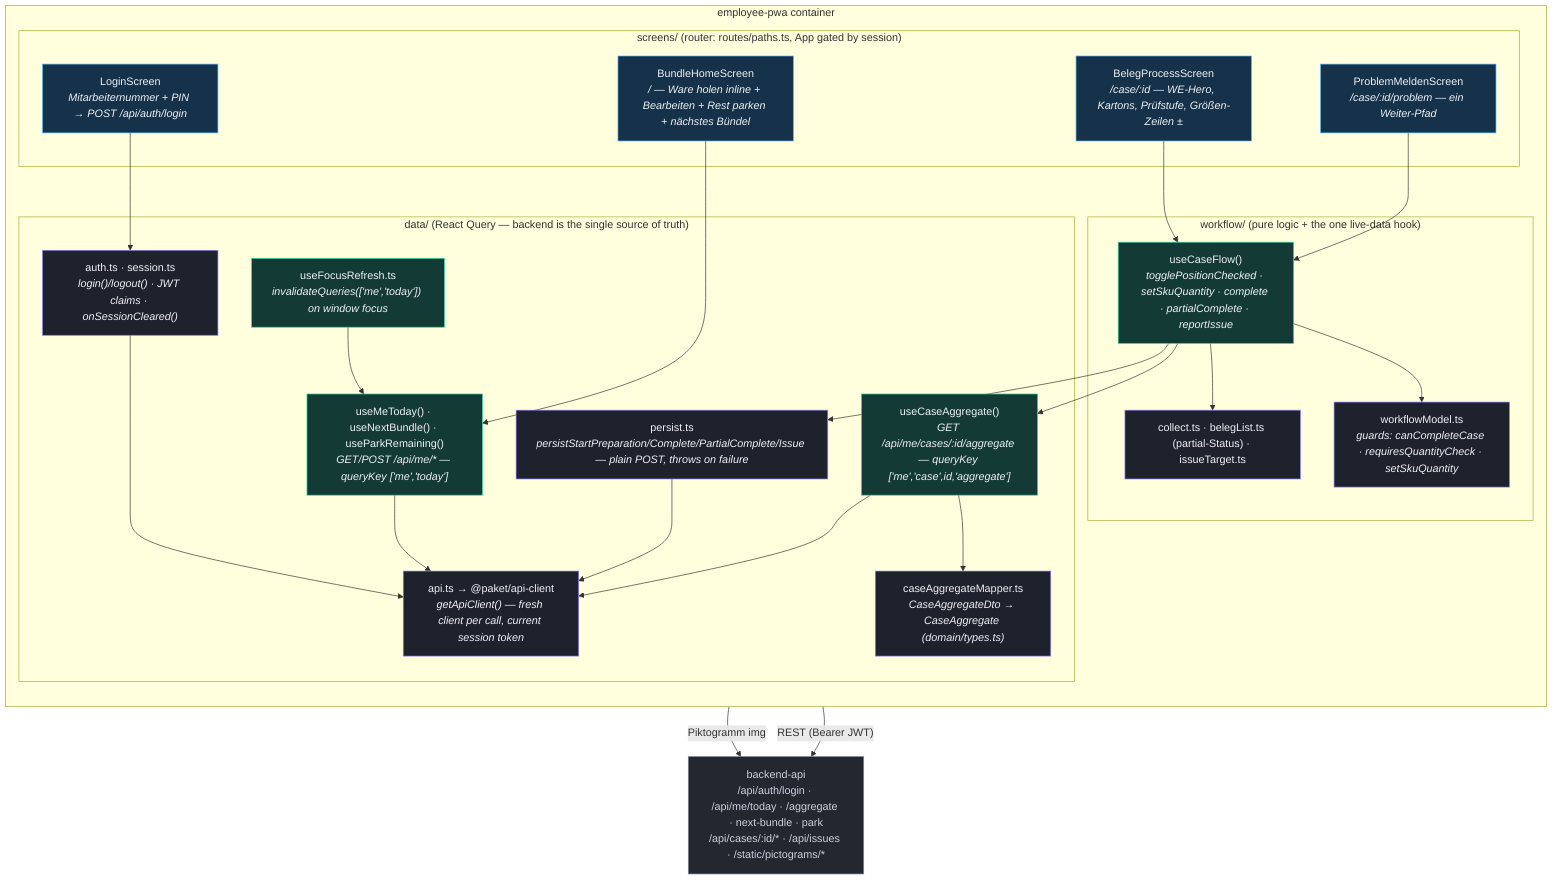
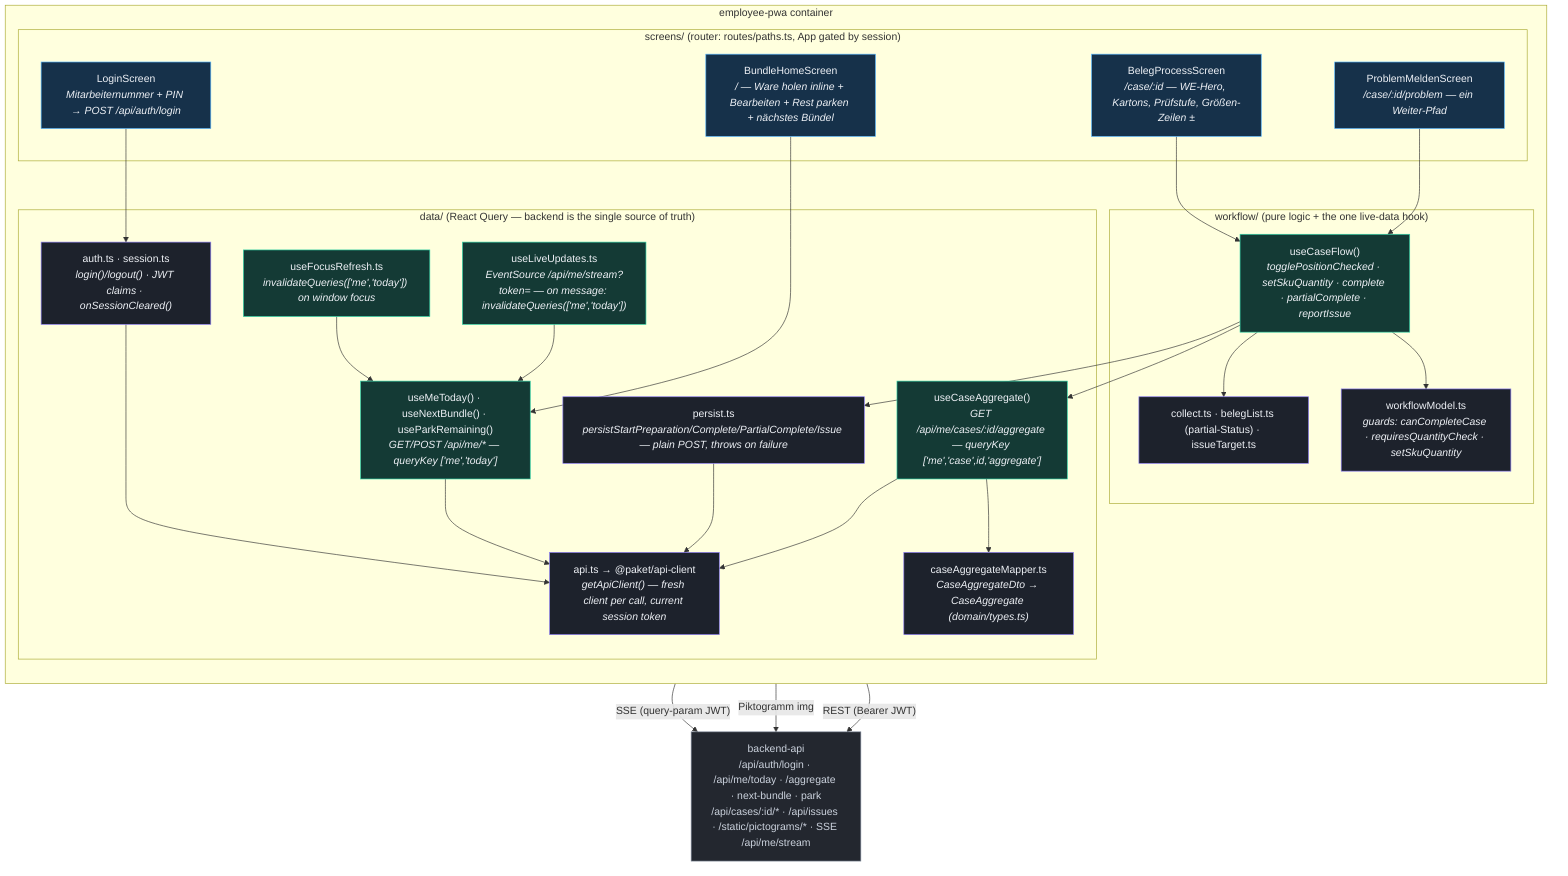
%% C4 Level 3 — Components: employee-pwa (React + Vite PWA)
- %% Verified against apps/employee-pwa/src/* (screens/, workflow/, data/, routes/) — task-13.
+ %% Verified against apps/employee-pwa/src/* (screens/, workflow/, data/, routes/) — tasks 13-17.
%% Real employee login (data/auth.ts) gates the app; the backend is the single source of
- %% truth via React Query — the former Dexie-backed db/ (offline-first cache), events/
- %% (local audit log) and seed/sync/repository modules are gone (tasks 10-13).
+ %% truth via React Query plus an SSE live-update channel — the former Dexie-backed db/
+ %% (offline-first cache), events/ (local audit log) and seed/sync/repository modules are
+ %% gone (tasks 10-13). Task 15 added useLiveUpdates() (GET /api/me/stream, SSE).
flowchart TB
    classDef screen fill:#16314a,stroke:#56b6ff,color:#eef1f6;
    classDef hook fill:#143a35,stroke:#2dd4a7,color:#eef1f6;
    classDef logic fill:#1d222c,stroke:#8b7cf6,color:#eef1f6;
    classDef ext fill:#23272f,stroke:#7c8696,color:#cbd2dd;

-     api["backend-api<br/>/api/auth/login · /api/me/today · /aggregate · next-bundle · park<br/>/api/cases/:id/* · /api/issues · /static/pictograms/*"]:::ext
+     api["backend-api<br/>/api/auth/login · /api/me/today · /aggregate · next-bundle · park<br/>/api/cases/:id/* · /api/issues · /static/pictograms/* · SSE /api/me/stream"]:::ext

    subgraph pwa["employee-pwa container"]
        direction TB
        subgraph screens["screens/ (router: routes/paths.ts, App gated by session)"]
            login["LoginScreen<br/><i>Mitarbeiternummer + PIN → POST /api/auth/login</i>"]:::screen
            home["BundleHomeScreen<br/><i>/ — Ware holen inline + Bearbeiten + Rest parken + nächstes Bündel</i>"]:::screen
            process["BelegProcessScreen<br/><i>/case/:id — WE-Hero, Kartons, Prüfstufe, Größen-Zeilen ±</i>"]:::screen
            problem["ProblemMeldenScreen<br/><i>/case/:id/problem — ein Weiter-Pfad</i>"]:::screen
        end
        subgraph wf["workflow/ (pure logic + the one live-data hook)"]
            useCaseFlow["useCaseFlow()<br/><i>togglePositionChecked · setSkuQuantity · complete · partialComplete · reportIssue</i>"]:::hook
            model["workflowModel.ts<br/><i>guards: canCompleteCase · requiresQuantityCheck · setSkuQuantity</i>"]:::logic
            collectLogic["collect.ts · belegList.ts (partial-Status) · issueTarget.ts"]:::logic
        end
        subgraph data["data/ (React Query — backend is the single source of truth)"]
            apiClient["api.ts → @paket/api-client<br/><i>getApiClient() — fresh client per call, current session token</i>"]:::logic
            auth["auth.ts · session.ts<br/><i>login()/logout() · JWT claims · onSessionCleared()</i>"]:::logic
            meToday["useMeToday() · useNextBundle() · useParkRemaining()<br/><i>GET/POST /api/me/* — queryKey ['me','today']</i>"]:::hook
            caseAgg["useCaseAggregate()<br/><i>GET /api/me/cases/:id/aggregate — queryKey ['me','case',id,'aggregate']</i>"]:::hook
            mapper["caseAggregateMapper.ts<br/><i>CaseAggregateDto → CaseAggregate (domain/types.ts)</i>"]:::logic
            persist["persist.ts<br/><i>persistStartPreparation/Complete/PartialComplete/Issue — plain POST, throws on failure</i>"]:::logic
            focus["useFocusRefresh.ts<br/><i>invalidateQueries(['me','today']) on window focus</i>"]:::hook
+             live["useLiveUpdates.ts<br/><i>EventSource /api/me/stream?token= — on message: invalidateQueries(['me','today'])</i>"]:::hook
        end
    end

    login --> auth
    auth --> apiClient
    home --> meToday
    process --> useCaseFlow
    problem --> useCaseFlow
    useCaseFlow --> model
    useCaseFlow --> collectLogic
    useCaseFlow --> caseAgg
    useCaseFlow --> persist
    caseAgg --> mapper
    caseAgg --> apiClient
    meToday --> apiClient
    persist --> apiClient
    focus --> meToday
+     live --> meToday
+     live -->|"SSE (query-param JWT)"| api
    process -->|"Piktogramm img"| api
    apiClient -->|"REST (Bearer JWT)"| api
